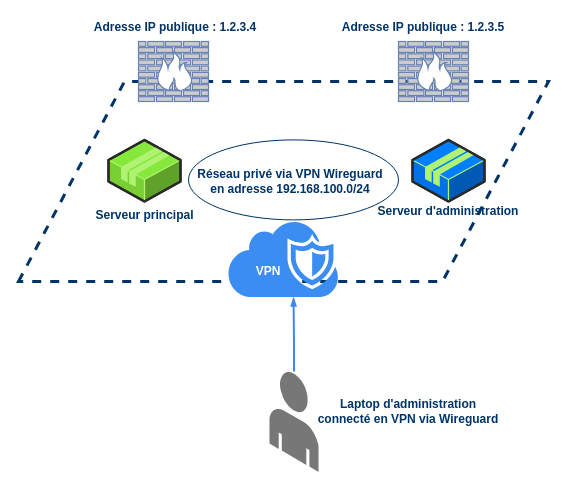
Before: wireguard.drawio in cbrocas/articles, a draw.io diagram. Source tidied: cells renumbered, new cells numbered last; positions are measured from the earlier drawing's top-left corner, leaving out a move shared by most shapes. Both pictures are drawn from the tidied source at 100%, with x=0, y=0 at pixel (18, 17).
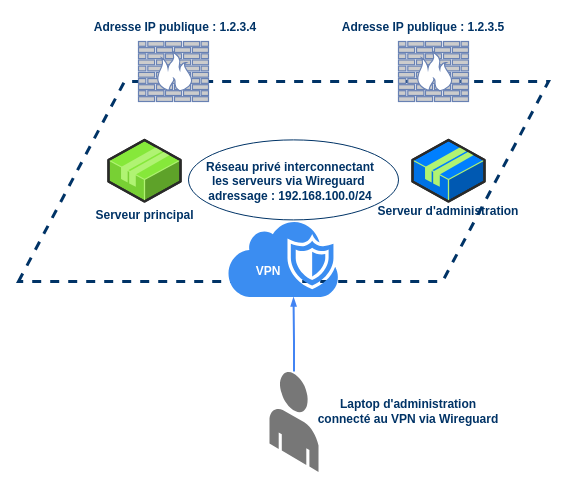
Above is the later version.

The edit, as a diff of the source:
```diff
@@
 <mxGraphModel>
   <root>
     <mxCell id="0" />
     <mxCell id="1" parent="0" />
     <mxCell id="2" style="shape=parallelogram;perimeter=parallelogramPerimeter;whiteSpace=wrap;html=1;shadow=0;strokeWidth=3;dashed=1;strokeColor=#003366;" parent="1" vertex="1">
       <mxGeometry y="64" width="530" height="200" as="geometry" />
     </mxCell>
     <mxCell id="3" value="&lt;b&gt;&lt;font color=&quot;#003366&quot;&gt;Serveur principal&lt;br&gt;&lt;/font&gt;&lt;/b&gt;" style="verticalLabelPosition=bottom;html=1;verticalAlign=top;strokeWidth=1;align=center;dashed=0;shape=mxgraph.aws3d.application2;fillColor=#86E83A;strokeColor=#B0F373;" parent="1" vertex="1">
       <mxGeometry x="90" y="122.4" width="72" height="61.5" as="geometry" />
     </mxCell>
     <mxCell id="4" style="verticalLabelPosition=bottom;html=1;verticalAlign=top;strokeWidth=1;align=center;dashed=0;shape=mxgraph.aws3d.application2;strokeColor=#B0F373;fillColor=#007FFF;" parent="1" vertex="1">
       <mxGeometry x="394" y="122.4" width="72" height="61.5" as="geometry" />
     </mxCell>
     <mxCell id="5" value="&lt;b&gt;&lt;font color=&quot;#003366&quot;&gt;Serveur d'administration&lt;/font&gt;&lt;/b&gt;" style="text;html=1;strokeColor=none;fillColor=none;align=center;verticalAlign=middle;whiteSpace=wrap;rounded=0;shadow=0;dashed=1;" parent="1" vertex="1">
       <mxGeometry x="330" y="184" width="200" height="20" as="geometry" />
     </mxCell>
     <mxCell id="6" value="&lt;b&gt;Adresse IP publique : 1.2.3.4&lt;/b&gt;" style="text;html=1;strokeColor=none;fillColor=none;align=center;verticalAlign=middle;whiteSpace=wrap;rounded=0;fontColor=#003366;" parent="1" vertex="1">
       <mxGeometry x="72" width="170" height="20" as="geometry" />
     </mxCell>
     <mxCell id="7" value="&lt;b&gt;Adresse IP publique : 1.2.3.5&lt;/b&gt;" style="text;html=1;strokeColor=none;fillColor=none;align=center;verticalAlign=middle;whiteSpace=wrap;rounded=0;fontColor=#003366;" parent="1" vertex="1">
       <mxGeometry x="290" width="230" height="20" as="geometry" />
     </mxCell>
     <mxCell id="8" style="fontColor=#0066CC;verticalAlign=top;verticalLabelPosition=bottom;labelPosition=center;align=center;html=1;fillColor=#CCCCCC;strokeColor=#6881B3;gradientColor=none;gradientDirection=north;strokeWidth=2;shape=mxgraph.networks.firewall;direction=east;" parent="1" vertex="1">
       <mxGeometry x="120" y="24" width="70" height="60" as="geometry" />
     </mxCell>
     <mxCell id="9" style="fontColor=#0066CC;verticalAlign=top;verticalLabelPosition=bottom;labelPosition=center;align=center;html=1;fillColor=#CCCCCC;strokeColor=#6881B3;gradientColor=none;gradientDirection=north;strokeWidth=2;shape=mxgraph.networks.firewall;" parent="1" vertex="1">
       <mxGeometry x="380" y="24" width="70" height="60" as="geometry" />
     </mxCell>
     <mxCell id="10" style="html=1;strokeColor=none;shadow=0;align=center;verticalAlign=top;fillColor=#3B8DF1;shape=mxgraph.gcp2.cloud_security;" parent="1" vertex="1">
       <mxGeometry x="210" y="202.4" width="110" height="77" as="geometry" />
     </mxCell>
     <mxCell id="11" value="&lt;font color=&quot;#FFFFFF&quot;&gt;&lt;b&gt;VPN&lt;/b&gt;&lt;/font&gt;" style="text;html=1;strokeColor=none;fillColor=none;align=center;verticalAlign=middle;whiteSpace=wrap;rounded=0;shadow=0;dashed=1;" parent="1" vertex="1">
       <mxGeometry x="150" y="244" width="200" height="20" as="geometry" />
     </mxCell>
     <mxCell id="12" style="ellipse;whiteSpace=wrap;html=1;strokeColor=#003366;fontColor=#003366;" parent="1" vertex="1">
       <mxGeometry x="170" y="122.4" width="210" height="80" as="geometry" />
     </mxCell>
-    <mxCell id="13" value="&lt;font color=&quot;#003366&quot;&gt;&lt;b&gt;Réseau privé via VPN Wireguard &lt;br&gt;en adresse 192.168.100.0/24&lt;br&gt;&lt;/b&gt;&lt;/font&gt;" style="text;html=1;strokeColor=none;fillColor=none;align=center;verticalAlign=middle;whiteSpace=wrap;rounded=0;shadow=0;dashed=1;" parent="1" vertex="1">
+    <mxCell id="13" value="&lt;font color=&quot;#003366&quot;&gt;&lt;b&gt;Réseau privé interconnectant&lt;br&gt; les serveurs via Wireguard&amp;nbsp; adressage : 192.168.100.0/24&lt;br&gt;&lt;/b&gt;&lt;/font&gt;" style="text;html=1;strokeColor=none;fillColor=none;align=center;verticalAlign=middle;whiteSpace=wrap;rounded=0;shadow=0;dashed=1;" parent="1" vertex="1">
       <mxGeometry x="172" y="154" width="200" height="20" as="geometry" />
     </mxCell>
     <mxCell id="14" style="verticalLabelPosition=bottom;html=1;verticalAlign=top;strokeWidth=1;align=center;outlineConnect=0;dashed=0;outlineConnect=0;shape=mxgraph.aws3d.end_user;strokeColor=none;fillColor=#777777;fontColor=#003366;" parent="1" vertex="1">
       <mxGeometry x="251" y="354" width="49" height="100.5" as="geometry" />
     </mxCell>
     <mxCell id="15" style="edgeStyle=orthogonalEdgeStyle;fontSize=12;html=1;endArrow=blockThin;endFill=1;rounded=0;strokeWidth=2;endSize=4;startSize=4;dashed=0;strokeColor=#4284F3;entryX=0.591;entryY=1.007;entryDx=0;entryDy=0;entryPerimeter=0;" parent="1" edge="1" source="14" target="10">
       <mxGeometry relative="1" as="geometry">
         <Array as="points">
           <mxPoint x="275" y="324" />
           <mxPoint x="275" y="324" />
         </Array>
       </mxGeometry>
     </mxCell>
-    <mxCell id="16" value="&lt;b&gt;&lt;font color=&quot;#003366&quot;&gt;Laptop d'administration&lt;br&gt;connecté en VPN via Wireguard&lt;br&gt;&lt;/font&gt;&lt;/b&gt;" style="text;html=1;strokeColor=none;fillColor=none;align=center;verticalAlign=middle;whiteSpace=wrap;rounded=0;shadow=0;dashed=1;" parent="1" vertex="1">
+    <mxCell id="16" value="&lt;b&gt;&lt;font color=&quot;#003366&quot;&gt;Laptop d'administration&lt;br&gt;connecté au VPN via Wireguard&lt;br&gt;&lt;/font&gt;&lt;/b&gt;" style="text;html=1;strokeColor=none;fillColor=none;align=center;verticalAlign=middle;whiteSpace=wrap;rounded=0;shadow=0;dashed=1;" parent="1" vertex="1">
       <mxGeometry x="290" y="384" width="200" height="20" as="geometry" />
     </mxCell>
   </root>
 </mxGraphModel>
```
